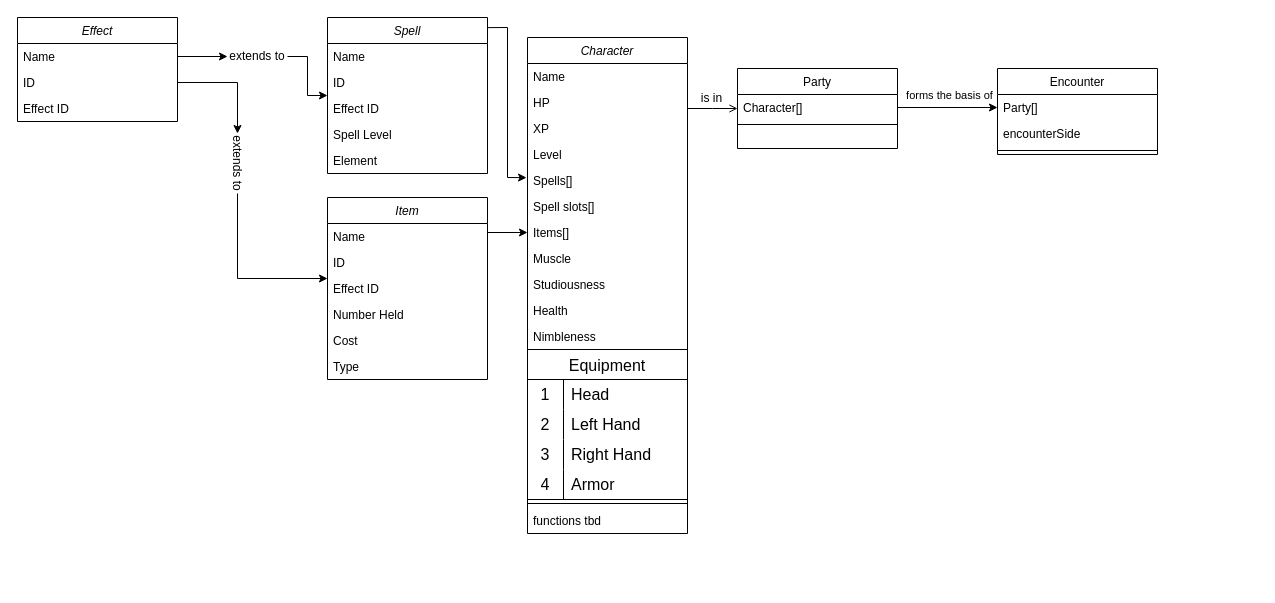
Earlier version of the draw.io diagram classes.drawio (Schir/rpg-backend). Source tidied: cells renumbered, new cells numbered last; positions are measured from the earlier drawing's top-left corner, leaving out a move shared by most shapes. Both pictures are drawn from the tidied source at 100%, with x=0, y=0 at pixel (17, 17).
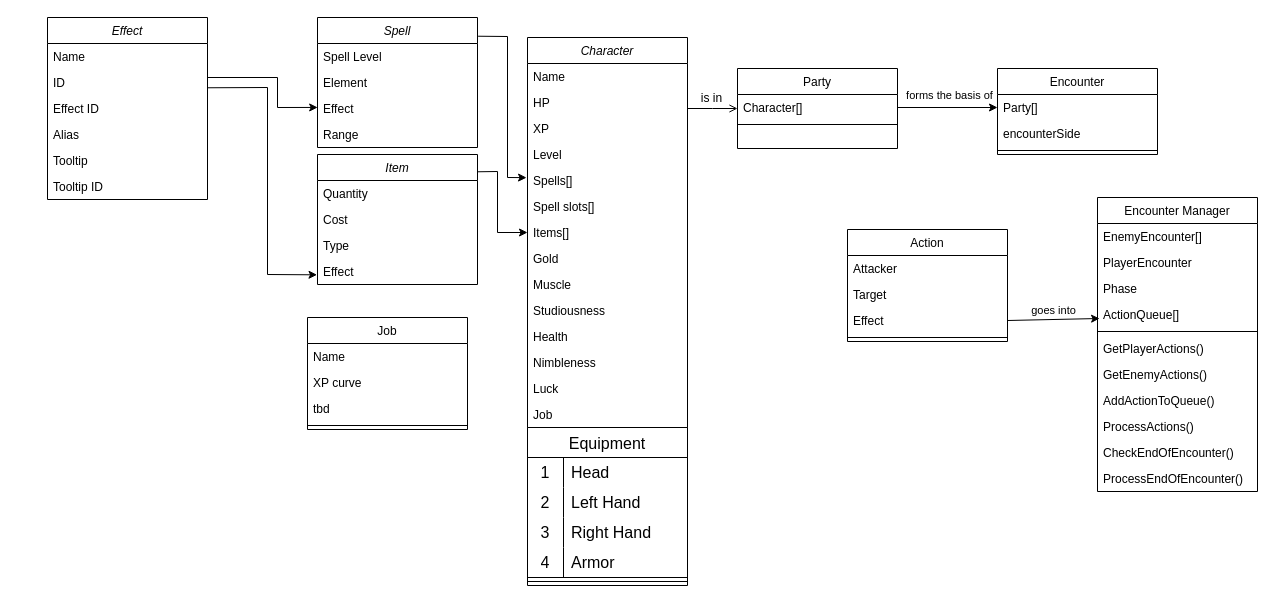
The same diagram, later.

Unchanged cells that the change refers to:
```xml
<mxCell id="7" value="Spells[]" style="text;align=left;verticalAlign=top;spacingLeft=4;spacingRight=4;overflow=hidden;points=[[0,0.5],[1,0.5]];portConstraint=eastwest;rounded=0;shadow=0;html=0;" parent="2" vertex="1">
  <mxGeometry y="130" width="160" height="26" as="geometry" />
</mxCell>
<mxCell id="9" value="Items[]" style="text;align=left;verticalAlign=top;spacingLeft=4;spacingRight=4;overflow=hidden;points=[[0,0.5],[1,0.5]];portConstraint=eastwest;rounded=0;shadow=0;html=0;" parent="2" vertex="1">
  <mxGeometry y="182" width="160" height="26" as="geometry" />
</mxCell>
<mxCell id="55" value="Name" style="text;align=left;verticalAlign=top;spacingLeft=4;spacingRight=4;overflow=hidden;points=[[0,0.5],[1,0.5]];portConstraint=eastwest;" parent="54" vertex="1">
  <mxGeometry y="26" width="160" height="26" as="geometry" />
</mxCell>
<mxCell id="56" value="ID" style="text;align=left;verticalAlign=top;spacingLeft=4;spacingRight=4;overflow=hidden;points=[[0,0.5],[1,0.5]];portConstraint=eastwest;rounded=0;shadow=0;html=0;" parent="54" vertex="1">
  <mxGeometry y="52" width="160" height="26" as="geometry" />
</mxCell>
```

The edit, as a diff of the source:
```diff
@@
     <mxCell id="2" value="Character" style="swimlane;fontStyle=2;align=center;verticalAlign=top;horizontal=1;startSize=26;rounded=0;shadow=0;strokeWidth=1;" parent="1" vertex="1">
-      <mxGeometry x="510" y="20" width="160" height="496" as="geometry" />
+      <mxGeometry x="510" y="20" width="160" height="548" as="geometry" />
     </mxCell>
@@
+    <mxCell id="65" value="Gold" style="text;align=left;verticalAlign=top;spacingLeft=4;spacingRight=4;overflow=hidden;rounded=0;shadow=0;html=0;" parent="2" vertex="1">
+      <mxGeometry y="208" width="160" height="26" as="geometry" />
+    </mxCell>
     <mxCell id="10" value="Muscle" style="text;align=left;verticalAlign=top;spacingLeft=4;spacingRight=4;overflow=hidden;rounded=0;shadow=0;html=0;" parent="2" vertex="1">
-      <mxGeometry y="208" width="160" height="26" as="geometry" />
+      <mxGeometry y="234" width="160" height="26" as="geometry" />
     </mxCell>
     <mxCell id="11" value="Studiousness" style="text;align=left;verticalAlign=top;spacingLeft=4;spacingRight=4;overflow=hidden;rounded=0;shadow=0;html=0;" parent="2" vertex="1">
-      <mxGeometry y="234" width="160" height="26" as="geometry" />
+      <mxGeometry y="260" width="160" height="26" as="geometry" />
     </mxCell>
     <mxCell id="12" value="Health" style="text;align=left;verticalAlign=top;spacingLeft=4;spacingRight=4;overflow=hidden;rounded=0;shadow=0;html=0;" parent="2" vertex="1">
-      <mxGeometry y="260" width="160" height="26" as="geometry" />
+      <mxGeometry y="286" width="160" height="26" as="geometry" />
     </mxCell>
     <mxCell id="13" value="Nimbleness" style="text;align=left;verticalAlign=top;spacingLeft=4;spacingRight=4;overflow=hidden;rounded=0;shadow=0;html=0;" parent="2" vertex="1">
-      <mxGeometry y="286" width="160" height="26" as="geometry" />
+      <mxGeometry y="312" width="160" height="26" as="geometry" />
     </mxCell>
+    <mxCell id="66" value="Luck" style="text;align=left;verticalAlign=top;spacingLeft=4;spacingRight=4;overflow=hidden;rounded=0;shadow=0;html=0;" parent="2" vertex="1">
+      <mxGeometry y="338" width="160" height="26" as="geometry" />
+    </mxCell>
+    <mxCell id="67" value="Job" style="text;align=left;verticalAlign=top;spacingLeft=4;spacingRight=4;overflow=hidden;rounded=0;shadow=0;html=0;" parent="2" vertex="1">
+      <mxGeometry y="364" width="160" height="26" as="geometry" />
+    </mxCell>
     <mxCell id="14" value="Equipment" style="shape=table;startSize=30;childLayout=tableLayout;rowLines=0;fontStyle=0;strokeColor=default;fontSize=16;" parent="2" vertex="1">
-      <mxGeometry y="312" width="160" height="150" as="geometry" />
+      <mxGeometry y="390" width="160" height="150" as="geometry" />
     </mxCell>
@@
     <mxCell id="27" style="line;html=1;strokeWidth=1;align=left;verticalAlign=middle;spacingTop=-1;spacingLeft=3;spacingRight=3;labelPosition=right;" parent="2" vertex="1">
-      <mxGeometry y="462" width="160" height="8" as="geometry" />
+      <mxGeometry y="540" width="160" height="8" as="geometry" />
     </mxCell>
-    <mxCell id="28" value="functions tbd" style="text;align=left;verticalAlign=top;spacingLeft=4;spacingRight=4;overflow=hidden;" parent="2" vertex="1">
-      <mxGeometry y="470" width="160" height="26" as="geometry" />
-    </mxCell>
@@
     <mxCell id="34" value="Item" style="swimlane;fontStyle=2;align=center;verticalAlign=top;horizontal=1;startSize=26;rounded=0;shadow=0;strokeWidth=1;" parent="1" vertex="1">
-      <mxGeometry x="310" y="180" width="160" height="182" as="geometry" />
+      <mxGeometry x="300" y="137" width="160" height="130" as="geometry" />
     </mxCell>
-    <mxCell id="35" value="Name" style="text;align=left;verticalAlign=top;spacingLeft=4;spacingRight=4;overflow=hidden;points=[[0,0.5],[1,0.5]];portConstraint=eastwest;" parent="34" vertex="1">
-      <mxGeometry y="26" width="160" height="26" as="geometry" />
-    </mxCell>
-    <mxCell id="36" value="ID" style="text;align=left;verticalAlign=top;spacingLeft=4;spacingRight=4;overflow=hidden;rounded=0;shadow=0;html=0;" parent="34" vertex="1">
-      <mxGeometry y="52" width="160" height="26" as="geometry" />
-    </mxCell>
-    <mxCell id="37" value="Effect ID" style="text;align=left;verticalAlign=top;spacingLeft=4;spacingRight=4;overflow=hidden;rounded=0;shadow=0;html=0;" parent="34" vertex="1">
-      <mxGeometry y="78" width="160" height="26" as="geometry" />
-    </mxCell>
-    <mxCell id="38" value="Number Held" style="text;align=left;verticalAlign=top;spacingLeft=4;spacingRight=4;overflow=hidden;rounded=0;shadow=0;html=0;" parent="34" vertex="1">
-      <mxGeometry y="104" width="160" height="26" as="geometry" />
+    <mxCell id="38" value="Quantity" style="text;align=left;verticalAlign=top;spacingLeft=4;spacingRight=4;overflow=hidden;rounded=0;shadow=0;html=0;" parent="34" vertex="1">
+      <mxGeometry y="26" width="160" height="26" as="geometry" />
     </mxCell>
     <mxCell id="39" value="Cost" style="text;align=left;verticalAlign=top;spacingLeft=4;spacingRight=4;overflow=hidden;rounded=0;shadow=0;html=0;" parent="34" vertex="1">
-      <mxGeometry y="130" width="160" height="26" as="geometry" />
+      <mxGeometry y="52" width="160" height="26" as="geometry" />
     </mxCell>
     <mxCell id="40" value="Type" style="text;align=left;verticalAlign=top;spacingLeft=4;spacingRight=4;overflow=hidden;rounded=0;shadow=0;html=0;" parent="34" vertex="1">
-      <mxGeometry y="156" width="160" height="26" as="geometry" />
+      <mxGeometry y="78" width="160" height="26" as="geometry" />
     </mxCell>
+    <mxCell id="68" value="Effect" style="text;align=left;verticalAlign=top;spacingLeft=4;spacingRight=4;overflow=hidden;points=[[0,0.5],[1,0.5]];portConstraint=eastwest;rounded=0;shadow=0;html=0;" parent="34" vertex="1">
+      <mxGeometry y="104" width="160" height="26" as="geometry" />
+    </mxCell>
@@
-    <mxCell id="47" style="endArrow=classic;html=1;rounded=0;entryX=0;entryY=0.5;entryDx=0;entryDy=0;exitX=1.002;exitY=0.346;exitDx=0;exitDy=0;exitPerimeter=0;" parent="1" edge="1" source="35" target="9">
-      <mxGeometry relative="1" as="geometry" />
+    <mxCell id="47" style="endArrow=classic;html=1;rounded=0;entryX=0;entryY=0.5;entryDx=0;entryDy=0;exitX=0.998;exitY=0.133;exitDx=0;exitDy=0;exitPerimeter=0;" parent="1" edge="1" source="34" target="9">
+      <mxGeometry relative="1" as="geometry">
+        <Array as="points">
+          <mxPoint x="480" y="154" />
+          <mxPoint x="480" y="215" />
+        </Array>
+      </mxGeometry>
     </mxCell>
     <mxCell id="48" value="Spell" style="swimlane;fontStyle=2;align=center;verticalAlign=top;horizontal=1;startSize=26;rounded=0;shadow=0;strokeWidth=1;" parent="1" vertex="1">
-      <mxGeometry x="310" width="160" height="156" as="geometry" />
+      <mxGeometry x="300" width="160" height="130" as="geometry" />
     </mxCell>
-    <mxCell id="49" value="Name" style="text;align=left;verticalAlign=top;spacingLeft=4;spacingRight=4;overflow=hidden;" parent="48" vertex="1">
-      <mxGeometry y="26" width="160" height="26" as="geometry" />
-    </mxCell>
-    <mxCell id="50" value="ID" style="text;align=left;verticalAlign=top;spacingLeft=4;spacingRight=4;overflow=hidden;rounded=0;shadow=0;html=0;" parent="48" vertex="1">
-      <mxGeometry y="52" width="160" height="26" as="geometry" />
-    </mxCell>
-    <mxCell id="51" value="Effect ID" style="text;align=left;verticalAlign=top;spacingLeft=4;spacingRight=4;overflow=hidden;rounded=0;shadow=0;html=0;" parent="48" vertex="1">
-      <mxGeometry y="78" width="160" height="26" as="geometry" />
-    </mxCell>
     <mxCell id="52" value="Spell Level" style="text;align=left;verticalAlign=top;spacingLeft=4;spacingRight=4;overflow=hidden;rounded=0;shadow=0;html=0;" parent="48" vertex="1">
-      <mxGeometry y="104" width="160" height="26" as="geometry" />
+      <mxGeometry y="26" width="160" height="26" as="geometry" />
     </mxCell>
     <mxCell id="53" value="Element" style="text;align=left;verticalAlign=top;spacingLeft=4;spacingRight=4;overflow=hidden;rounded=0;shadow=0;html=0;" parent="48" vertex="1">
-      <mxGeometry y="130" width="160" height="26" as="geometry" />
+      <mxGeometry y="52" width="160" height="26" as="geometry" />
     </mxCell>
+    <mxCell id="69" value="Effect" style="text;align=left;verticalAlign=top;spacingLeft=4;spacingRight=4;overflow=hidden;points=[[0,0.5],[1,0.5]];portConstraint=eastwest;rounded=0;shadow=0;html=0;" parent="48" vertex="1">
+      <mxGeometry y="78" width="160" height="26" as="geometry" />
+    </mxCell>
+    <mxCell id="70" value="Range" style="text;align=left;verticalAlign=top;spacingLeft=4;spacingRight=4;overflow=hidden;rounded=0;shadow=0;html=0;" parent="48" vertex="1">
+      <mxGeometry y="104" width="160" height="26" as="geometry" />
+    </mxCell>
     <mxCell id="54" value="Effect" style="swimlane;fontStyle=2;align=center;verticalAlign=top;horizontal=1;startSize=26;rounded=0;shadow=0;strokeWidth=1;" parent="1" vertex="1">
-      <mxGeometry width="160" height="104" as="geometry" />
+      <mxGeometry x="30" width="160" height="182" as="geometry" />
     </mxCell>
@@
-    <mxCell id="58" style="edgeStyle=orthogonalEdgeStyle;rounded=0;jettySize=auto;html=1;exitX=1;exitY=0.5;exitDx=0;exitDy=0;" parent="1" edge="1" source="61" target="48">
-      <mxGeometry relative="1" as="geometry" />
-    </mxCell>
-    <mxCell id="59" style="edgeStyle=orthogonalEdgeStyle;rounded=0;jettySize=auto;html=1;exitX=1;exitY=0.5;exitDx=0;exitDy=0;" parent="1" edge="1" source="63" target="34">
-      <mxGeometry relative="1" as="geometry">
-        <Array as="points">
-          <mxPoint x="220" y="261" />
-        </Array>
-      </mxGeometry>
-    </mxCell>
-    <mxCell id="60" style="edgeStyle=orthogonalEdgeStyle;rounded=0;jettySize=auto;html=1;exitX=1;exitY=0.5;exitDx=0;exitDy=0;" parent="1" edge="1" source="55" target="61">
-      <mxGeometry relative="1" as="geometry" />
-    </mxCell>
-    <mxCell id="61" value="extends to" style="text;html=1;strokeColor=none;fillColor=none;align=center;verticalAlign=middle;whiteSpace=wrap;rounded=0;" parent="1" vertex="1">
-      <mxGeometry x="210" y="24" width="60" height="30" as="geometry" />
-    </mxCell>
-    <mxCell id="62" style="edgeStyle=orthogonalEdgeStyle;rounded=0;jettySize=auto;html=1;exitX=1;exitY=0.5;exitDx=0;exitDy=0;" parent="1" edge="1" source="56" target="63">
-      <mxGeometry relative="1" as="geometry">
-        <Array as="points">
-          <mxPoint x="220" y="65" />
-        </Array>
-      </mxGeometry>
-    </mxCell>
-    <mxCell id="63" value="extends to" style="text;html=1;strokeColor=none;fillColor=none;align=center;verticalAlign=middle;whiteSpace=wrap;rounded=0;rotation=90;" parent="1" vertex="1">
-      <mxGeometry x="190" y="131" width="60" height="30" as="geometry" />
-    </mxCell>
+    <mxCell id="71" value="Alias" style="text;align=left;verticalAlign=top;spacingLeft=4;spacingRight=4;overflow=hidden;rounded=0;shadow=0;html=0;" parent="54" vertex="1">
+      <mxGeometry y="104" width="160" height="26" as="geometry" />
+    </mxCell>
+    <mxCell id="72" value="Tooltip" style="text;align=left;verticalAlign=top;spacingLeft=4;spacingRight=4;overflow=hidden;rounded=0;shadow=0;html=0;" parent="54" vertex="1">
+      <mxGeometry y="130" width="160" height="26" as="geometry" />
+    </mxCell>
+    <mxCell id="73" value="Tooltip ID" style="text;align=left;verticalAlign=top;spacingLeft=4;spacingRight=4;overflow=hidden;rounded=0;shadow=0;html=0;" parent="54" vertex="1">
+      <mxGeometry y="156" width="160" height="26" as="geometry" />
+    </mxCell>
-    <mxCell id="64" style="endArrow=classic;html=1;rounded=0;exitX=1.001;exitY=0.065;exitDx=0;exitDy=0;exitPerimeter=0;entryX=-0.006;entryY=0.39;entryDx=0;entryDy=0;entryPerimeter=0;" parent="1" edge="1" source="48" target="7">
+    <mxCell id="64" style="endArrow=classic;html=1;rounded=0;exitX=1.004;exitY=0.144;exitDx=0;exitDy=0;exitPerimeter=0;entryX=-0.006;entryY=0.39;entryDx=0;entryDy=0;entryPerimeter=0;" parent="1" edge="1" source="48" target="7">
       <mxGeometry relative="1" as="geometry">
         <Array as="points">
-          <mxPoint x="490" y="10" />
+          <mxPoint x="490" y="19" />
           <mxPoint x="490" y="160" />
         </Array>
       </mxGeometry>
     </mxCell>
+    <mxCell id="74" style="endArrow=classic;html=1;rounded=0;entryX=0.001;entryY=0.459;entryDx=0;entryDy=0;entryPerimeter=0;" parent="1" edge="1" target="69">
+      <mxGeometry relative="1" as="geometry">
+        <mxPoint x="190" y="60" as="sourcePoint" />
+        <Array as="points">
+          <mxPoint x="260" y="60" />
+          <mxPoint x="260" y="90" />
+        </Array>
+      </mxGeometry>
+    </mxCell>
+    <mxCell id="75" style="endArrow=classic;html=1;rounded=0;entryX=-0.003;entryY=0.628;entryDx=0;entryDy=0;entryPerimeter=0;exitX=1;exitY=0.703;exitDx=0;exitDy=0;exitPerimeter=0;" parent="1" edge="1" source="56" target="68">
+      <mxGeometry relative="1" as="geometry">
+        <Array as="points">
+          <mxPoint x="250" y="70" />
+          <mxPoint x="250" y="257" />
+        </Array>
+      </mxGeometry>
+    </mxCell>
+    <mxCell id="76" value="Encounter Manager" style="swimlane;fontStyle=0;align=center;verticalAlign=top;horizontal=1;startSize=26;rounded=0;shadow=0;strokeWidth=1;" parent="1" vertex="1">
+      <mxGeometry x="1080" y="180" width="160" height="294" as="geometry" />
+    </mxCell>
+    <mxCell id="77" value="EnemyEncounter[]" style="text;align=left;verticalAlign=top;spacingLeft=4;spacingRight=4;overflow=hidden;" parent="76" vertex="1">
+      <mxGeometry y="26" width="160" height="26" as="geometry" />
+    </mxCell>
+    <mxCell id="78" value="PlayerEncounter" style="text;align=left;verticalAlign=top;spacingLeft=4;spacingRight=4;overflow=hidden;" parent="76" vertex="1">
+      <mxGeometry y="52" width="160" height="26" as="geometry" />
+    </mxCell>
+    <mxCell id="79" value="Phase" style="text;align=left;verticalAlign=top;spacingLeft=4;spacingRight=4;overflow=hidden;" parent="76" vertex="1">
+      <mxGeometry y="78" width="160" height="26" as="geometry" />
+    </mxCell>
+    <mxCell id="80" value="ActionQueue[]" style="text;align=left;verticalAlign=top;spacingLeft=4;spacingRight=4;overflow=hidden;points=[[0,0.5],[1,0.5]];portConstraint=eastwest;" parent="76" vertex="1">
+      <mxGeometry y="104" width="160" height="26" as="geometry" />
+    </mxCell>
+    <mxCell id="81" style="line;html=1;strokeWidth=1;align=left;verticalAlign=middle;spacingTop=-1;spacingLeft=3;spacingRight=3;labelPosition=right;" parent="76" vertex="1">
+      <mxGeometry y="130" width="160" height="8" as="geometry" />
+    </mxCell>
+    <mxCell id="82" value="GetPlayerActions()" style="text;align=left;verticalAlign=top;spacingLeft=4;spacingRight=4;overflow=hidden;" parent="76" vertex="1">
+      <mxGeometry y="138" width="160" height="26" as="geometry" />
+    </mxCell>
+    <mxCell id="83" value="GetEnemyActions()" style="text;align=left;verticalAlign=top;spacingLeft=4;spacingRight=4;overflow=hidden;" parent="76" vertex="1">
+      <mxGeometry y="164" width="160" height="26" as="geometry" />
+    </mxCell>
+    <mxCell id="84" value="AddActionToQueue()" style="text;align=left;verticalAlign=top;spacingLeft=4;spacingRight=4;overflow=hidden;" parent="76" vertex="1">
+      <mxGeometry y="190" width="160" height="26" as="geometry" />
+    </mxCell>
+    <mxCell id="85" value="ProcessActions()" style="text;align=left;verticalAlign=top;spacingLeft=4;spacingRight=4;overflow=hidden;" parent="76" vertex="1">
+      <mxGeometry y="216" width="160" height="26" as="geometry" />
+    </mxCell>
+    <mxCell id="86" value="CheckEndOfEncounter()" style="text;align=left;verticalAlign=top;spacingLeft=4;spacingRight=4;overflow=hidden;" parent="76" vertex="1">
+      <mxGeometry y="242" width="160" height="26" as="geometry" />
+    </mxCell>
+    <mxCell id="87" value="ProcessEndOfEncounter()" style="text;align=left;verticalAlign=top;spacingLeft=4;spacingRight=4;overflow=hidden;" parent="76" vertex="1">
+      <mxGeometry y="268" width="160" height="26" as="geometry" />
+    </mxCell>
+    <mxCell id="88" value="Action" style="swimlane;fontStyle=0;align=center;verticalAlign=top;horizontal=1;startSize=26;rounded=0;shadow=0;strokeWidth=1;" parent="1" vertex="1">
+      <mxGeometry x="830" y="212" width="160" height="112" as="geometry" />
+    </mxCell>
+    <mxCell id="89" value="Attacker" style="text;align=left;verticalAlign=top;spacingLeft=4;spacingRight=4;overflow=hidden;" parent="88" vertex="1">
+      <mxGeometry y="26" width="160" height="26" as="geometry" />
+    </mxCell>
+    <mxCell id="90" value="Target" style="text;align=left;verticalAlign=top;spacingLeft=4;spacingRight=4;overflow=hidden;" parent="88" vertex="1">
+      <mxGeometry y="52" width="160" height="26" as="geometry" />
+    </mxCell>
+    <mxCell id="91" value="Effect" style="text;align=left;verticalAlign=top;spacingLeft=4;spacingRight=4;overflow=hidden;points=[[0,0.5],[1,0.5]];portConstraint=eastwest;" parent="88" vertex="1">
+      <mxGeometry y="78" width="160" height="26" as="geometry" />
+    </mxCell>
+    <mxCell id="92" style="line;html=1;strokeWidth=1;align=left;verticalAlign=middle;spacingTop=-1;spacingLeft=3;spacingRight=3;labelPosition=right;" parent="88" vertex="1">
+      <mxGeometry y="104" width="160" height="8" as="geometry" />
+    </mxCell>
+    <mxCell id="93" style="endArrow=classic;html=1;rounded=0;exitX=1;exitY=0.5;exitDx=0;exitDy=0;entryX=0.013;entryY=0.654;entryDx=0;entryDy=0;entryPerimeter=0;" parent="1" edge="1" source="91" target="80">
+      <mxGeometry relative="1" as="geometry" />
+    </mxCell>
+    <mxCell id="94" value="goes into" style="edgeLabel;html=1;align=center;verticalAlign=middle;" parent="93" vertex="1">
+      <mxGeometry relative="1" as="geometry">
+        <mxPoint y="-10" as="offset" />
+      </mxGeometry>
+    </mxCell>
+    <mxCell id="95" value="Job" style="swimlane;fontStyle=0;align=center;verticalAlign=top;horizontal=1;startSize=26;rounded=0;shadow=0;strokeWidth=1;" parent="1" vertex="1">
+      <mxGeometry x="290" y="300" width="160" height="112" as="geometry" />
+    </mxCell>
+    <mxCell id="96" value="Name" style="text;align=left;verticalAlign=top;spacingLeft=4;spacingRight=4;overflow=hidden;" parent="95" vertex="1">
+      <mxGeometry y="26" width="160" height="26" as="geometry" />
+    </mxCell>
+    <mxCell id="97" value="XP curve" style="text;align=left;verticalAlign=top;spacingLeft=4;spacingRight=4;overflow=hidden;" parent="95" vertex="1">
+      <mxGeometry y="52" width="160" height="26" as="geometry" />
+    </mxCell>
+    <mxCell id="98" value="tbd" style="text;align=left;verticalAlign=top;spacingLeft=4;spacingRight=4;overflow=hidden;" parent="95" vertex="1">
+      <mxGeometry y="78" width="160" height="26" as="geometry" />
+    </mxCell>
+    <mxCell id="99" style="line;html=1;strokeWidth=1;align=left;verticalAlign=middle;spacingTop=-1;spacingLeft=3;spacingRight=3;labelPosition=right;" parent="95" vertex="1">
+      <mxGeometry y="104" width="160" height="8" as="geometry" />
+    </mxCell>
```
